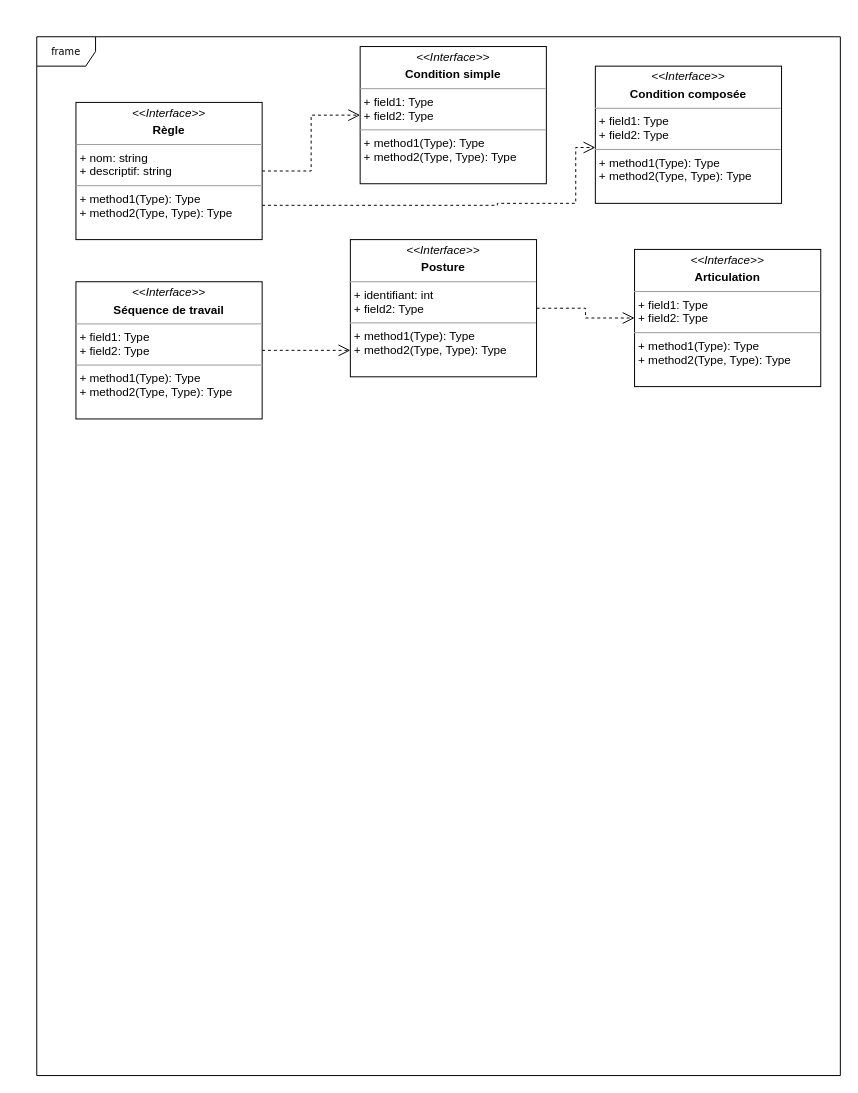
lajoll1/MINI_POO222 keeps this draw.io diagram as MiniPOO-Diagramme de classe.drawio. Above is the earlier version. Source tidied: cells renumbered, new cells numbered last; positions are measured from the earlier drawing's top-left corner, leaving out a move shared by most shapes. Both pictures are drawn from the tidied source at 98%, with x=0, y=0 at pixel (36, 36).
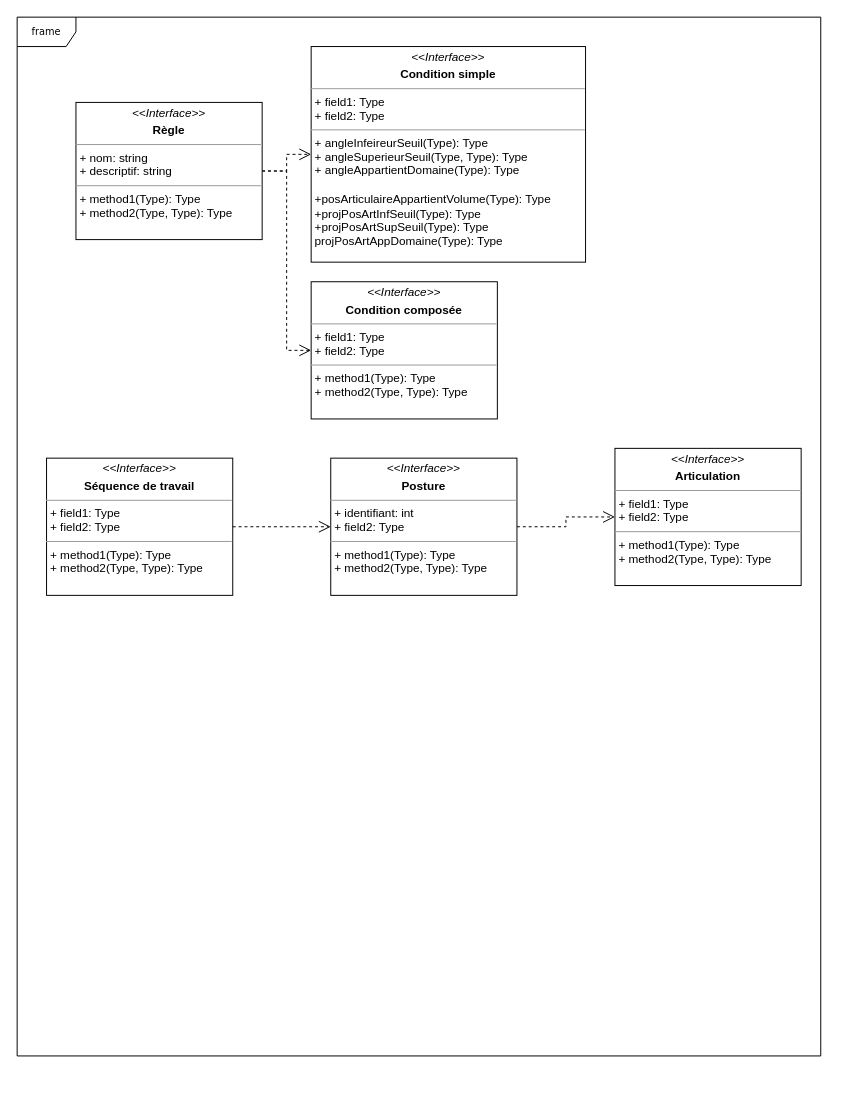
Above is the later version.

Commit message (it also covers changes not shown here):
Mettre à jour MiniPOO-Diagramme de classe.drawio

What changed in the source:
```diff
@@
 <mxGraphModel>
   <root>
     <mxCell id="0" />
     <mxCell id="1" parent="0" />
     <mxCell id="2" value="frame" style="shape=umlFrame;whiteSpace=wrap;html=1;rounded=0;shadow=0;comic=0;labelBackgroundColor=none;strokeWidth=1;fontFamily=Verdana;fontSize=10;align=center;" parent="1" vertex="1">
-      <mxGeometry width="820" height="1060" as="geometry" />
+      <mxGeometry x="-20" y="-20" width="820" height="1060" as="geometry" />
     </mxCell>
     <mxCell id="3" style="edgeStyle=orthogonalEdgeStyle;rounded=0;html=1;dashed=1;labelBackgroundColor=none;startFill=0;endArrow=open;endFill=0;endSize=10;fontFamily=Verdana;fontSize=10;entryX=0;entryY=0.5;entryDx=0;entryDy=0;" parent="1" edge="1" source="4" target="12">
       <mxGeometry relative="1" as="geometry" />
     </mxCell>
     <mxCell id="4" value="&lt;p style=&quot;margin:0px;margin-top:4px;text-align:center;&quot;&gt;&lt;i&gt;&amp;lt;&amp;lt;Interface&amp;gt;&amp;gt;&lt;/i&gt;&lt;b&gt;&lt;br&gt;&lt;/b&gt;&lt;/p&gt;&lt;p style=&quot;margin:0px;margin-top:4px;text-align:center;&quot;&gt;&lt;b&gt;Posture&lt;/b&gt;&lt;br&gt;&lt;/p&gt;&lt;hr size=&quot;1&quot;&gt;&lt;p style=&quot;margin:0px;margin-left:4px;&quot;&gt;+ identifiant: int&lt;br&gt;+ field2: Type&lt;/p&gt;&lt;hr size=&quot;1&quot;&gt;&lt;p style=&quot;margin:0px;margin-left:4px;&quot;&gt;+ method1(Type): Type&lt;br&gt;+ method2(Type, Type): Type&lt;/p&gt;" style="verticalAlign=top;align=left;overflow=fill;fontSize=12;fontFamily=Helvetica;html=1;rounded=0;shadow=0;comic=0;labelBackgroundColor=none;strokeWidth=1;" parent="1" vertex="1">
-      <mxGeometry x="320" y="207" width="190" height="140" as="geometry" />
+      <mxGeometry x="300" y="430" width="190" height="140" as="geometry" />
     </mxCell>
     <mxCell id="5" style="edgeStyle=orthogonalEdgeStyle;rounded=0;html=1;labelBackgroundColor=none;startFill=0;endArrow=open;endFill=0;endSize=10;fontFamily=Verdana;fontSize=10;dashed=1;entryX=0;entryY=0.5;entryDx=0;entryDy=0;" parent="1" edge="1" source="7" target="10">
       <mxGeometry relative="1" as="geometry" />
     </mxCell>
-    <mxCell id="6" style="edgeStyle=orthogonalEdgeStyle;rounded=0;html=1;exitX=1;exitY=0.75;dashed=1;labelBackgroundColor=none;startFill=0;endArrow=open;endFill=0;endSize=10;fontFamily=Verdana;fontSize=10;entryX=0;entryY=0.593;entryDx=0;entryDy=0;entryPerimeter=0;" parent="1" edge="1" source="7" target="11">
-      <mxGeometry relative="1" as="geometry">
-        <Array as="points">
-          <mxPoint x="470" y="172" />
-          <mxPoint x="470" y="170" />
-          <mxPoint x="550" y="170" />
-          <mxPoint x="550" y="113" />
-        </Array>
-      </mxGeometry>
-    </mxCell>
     <mxCell id="7" value="&lt;p style=&quot;margin:0px;margin-top:4px;text-align:center;&quot;&gt;&lt;i&gt;&amp;lt;&amp;lt;Interface&amp;gt;&amp;gt;&lt;/i&gt;&lt;b&gt;&lt;br&gt;&lt;/b&gt;&lt;/p&gt;&lt;p style=&quot;margin:0px;margin-top:4px;text-align:center;&quot;&gt;&lt;b&gt;Règle&lt;/b&gt;&lt;br&gt;&lt;/p&gt;&lt;hr size=&quot;1&quot;&gt;&lt;p style=&quot;margin:0px;margin-left:4px;&quot;&gt;+ nom: string&lt;br&gt;+ descriptif: string&lt;/p&gt;&lt;hr size=&quot;1&quot;&gt;&lt;p style=&quot;margin:0px;margin-left:4px;&quot;&gt;+ method1(Type): Type&lt;br&gt;+ method2(Type, Type): Type&lt;/p&gt;" style="verticalAlign=top;align=left;overflow=fill;fontSize=12;fontFamily=Helvetica;html=1;rounded=0;shadow=0;comic=0;labelBackgroundColor=none;strokeWidth=1;" parent="1" vertex="1">
       <mxGeometry x="40" y="67" width="190" height="140" as="geometry" />
     </mxCell>
-    <mxCell id="8" style="edgeStyle=orthogonalEdgeStyle;rounded=0;html=1;dashed=1;labelBackgroundColor=none;startFill=0;endArrow=open;endFill=0;endSize=10;fontFamily=Verdana;fontSize=10;" parent="1" edge="1" source="9" target="4">
-      <mxGeometry relative="1" as="geometry">
-        <Array as="points">
-          <mxPoint x="350" y="320" />
-          <mxPoint x="350" y="280" />
-        </Array>
-      </mxGeometry>
-    </mxCell>
     <mxCell id="9" value="&lt;p style=&quot;margin:0px;margin-top:4px;text-align:center;&quot;&gt;&lt;i&gt;&amp;lt;&amp;lt;Interface&amp;gt;&amp;gt;&lt;/i&gt;&lt;/p&gt;&lt;p style=&quot;margin:0px;margin-top:4px;text-align:center;&quot;&gt;&lt;b&gt;Séquence de travail&lt;/b&gt;&lt;br&gt;&lt;/p&gt;&lt;hr size=&quot;1&quot;&gt;&lt;p style=&quot;margin:0px;margin-left:4px;&quot;&gt;+ field1: Type&lt;br&gt;+ field2: Type&lt;/p&gt;&lt;hr size=&quot;1&quot;&gt;&lt;p style=&quot;margin:0px;margin-left:4px;&quot;&gt;+ method1(Type): Type&lt;br&gt;+ method2(Type, Type): Type&lt;/p&gt;" style="verticalAlign=top;align=left;overflow=fill;fontSize=12;fontFamily=Helvetica;html=1;rounded=0;shadow=0;comic=0;labelBackgroundColor=none;strokeWidth=1;" parent="1" vertex="1">
-      <mxGeometry x="40" y="250" width="190" height="140" as="geometry" />
+      <mxGeometry x="10" y="430" width="190" height="140" as="geometry" />
     </mxCell>
-    <mxCell id="10" value="&lt;p style=&quot;margin:0px;margin-top:4px;text-align:center;&quot;&gt;&lt;i&gt;&amp;lt;&amp;lt;Interface&amp;gt;&amp;gt;&lt;/i&gt;&lt;b&gt;&lt;br&gt;&lt;/b&gt;&lt;/p&gt;&lt;p style=&quot;margin:0px;margin-top:4px;text-align:center;&quot;&gt;&lt;b&gt;Condition simple&lt;/b&gt;&lt;br&gt;&lt;/p&gt;&lt;hr size=&quot;1&quot;&gt;&lt;p style=&quot;margin:0px;margin-left:4px;&quot;&gt;+ field1: Type&lt;br&gt;+ field2: Type&lt;/p&gt;&lt;hr size=&quot;1&quot;&gt;&lt;p style=&quot;margin:0px;margin-left:4px;&quot;&gt;+ method1(Type): Type&lt;br&gt;+ method2(Type, Type): Type&lt;/p&gt;" style="verticalAlign=top;align=left;overflow=fill;fontSize=12;fontFamily=Helvetica;html=1;rounded=0;shadow=0;comic=0;labelBackgroundColor=none;strokeWidth=1;" parent="1" vertex="1">
-      <mxGeometry x="330" y="10" width="190" height="140" as="geometry" />
+    <mxCell id="10" value="&lt;p style=&quot;margin:0px;margin-top:4px;text-align:center;&quot;&gt;&lt;i&gt;&amp;lt;&amp;lt;Interface&amp;gt;&amp;gt;&lt;/i&gt;&lt;b&gt;&lt;br&gt;&lt;/b&gt;&lt;/p&gt;&lt;p style=&quot;margin:0px;margin-top:4px;text-align:center;&quot;&gt;&lt;b&gt;Condition simple&lt;/b&gt;&lt;br&gt;&lt;/p&gt;&lt;hr size=&quot;1&quot;&gt;&lt;p style=&quot;margin:0px;margin-left:4px;&quot;&gt;+ field1: Type&lt;br&gt;+ field2: Type&lt;/p&gt;&lt;hr size=&quot;1&quot;&gt;&lt;p style=&quot;margin:0px;margin-left:4px;&quot;&gt;+ angleInfeireurSeuil(Type): Type&lt;br&gt;+ angleSuperieurSeuil(Type, Type): Type&lt;/p&gt;&lt;p style=&quot;margin:0px;margin-left:4px;&quot;&gt;+ angleAppartientDomaine(Type): Type&lt;/p&gt;&lt;p style=&quot;margin:0px;margin-left:4px;&quot;&gt;&lt;br&gt;&lt;/p&gt;&lt;p style=&quot;margin:0px;margin-left:4px;&quot;&gt;+posArticulaireAppartientVolume(Type): Type&lt;/p&gt;&lt;p style=&quot;margin:0px;margin-left:4px;&quot;&gt;+projPosArtInfSeuil(Type): Type&lt;/p&gt;&lt;p style=&quot;margin:0px;margin-left:4px;&quot;&gt;+projPosArtSupSeuil(Type): Type&lt;br&gt;&lt;/p&gt;&lt;p style=&quot;margin:0px;margin-left:4px;&quot;&gt;projPosArtAppDomaine(Type): Type&lt;br&gt;&lt;/p&gt;" style="verticalAlign=top;align=left;overflow=fill;fontSize=12;fontFamily=Helvetica;html=1;rounded=0;shadow=0;comic=0;labelBackgroundColor=none;strokeWidth=1;" parent="1" vertex="1">
+      <mxGeometry x="280" y="10" width="280" height="220" as="geometry" />
     </mxCell>
     <mxCell id="11" value="&lt;p style=&quot;margin:0px;margin-top:4px;text-align:center;&quot;&gt;&lt;i&gt;&amp;lt;&amp;lt;Interface&amp;gt;&amp;gt;&lt;/i&gt;&lt;b&gt;&lt;br&gt;&lt;/b&gt;&lt;/p&gt;&lt;p style=&quot;margin:0px;margin-top:4px;text-align:center;&quot;&gt;&lt;b&gt;Condition composée&lt;/b&gt;&lt;br&gt;&lt;/p&gt;&lt;hr size=&quot;1&quot;&gt;&lt;p style=&quot;margin:0px;margin-left:4px;&quot;&gt;+ field1: Type&lt;br&gt;+ field2: Type&lt;/p&gt;&lt;hr size=&quot;1&quot;&gt;&lt;p style=&quot;margin:0px;margin-left:4px;&quot;&gt;+ method1(Type): Type&lt;br&gt;+ method2(Type, Type): Type&lt;/p&gt;" style="verticalAlign=top;align=left;overflow=fill;fontSize=12;fontFamily=Helvetica;html=1;rounded=0;shadow=0;comic=0;labelBackgroundColor=none;strokeWidth=1;" parent="1" vertex="1">
-      <mxGeometry x="570" y="30" width="190" height="140" as="geometry" />
+      <mxGeometry x="280" y="250" width="190" height="140" as="geometry" />
     </mxCell>
     <mxCell id="12" value="&lt;p style=&quot;margin:0px;margin-top:4px;text-align:center;&quot;&gt;&lt;i&gt;&amp;lt;&amp;lt;Interface&amp;gt;&amp;gt;&lt;/i&gt;&lt;b&gt;&lt;br&gt;&lt;/b&gt;&lt;/p&gt;&lt;p style=&quot;margin:0px;margin-top:4px;text-align:center;&quot;&gt;&lt;b&gt;Articulation&lt;/b&gt;&lt;br&gt;&lt;/p&gt;&lt;hr size=&quot;1&quot;&gt;&lt;p style=&quot;margin:0px;margin-left:4px;&quot;&gt;+ field1: Type&lt;br&gt;+ field2: Type&lt;/p&gt;&lt;hr size=&quot;1&quot;&gt;&lt;p style=&quot;margin:0px;margin-left:4px;&quot;&gt;+ method1(Type): Type&lt;br&gt;+ method2(Type, Type): Type&lt;/p&gt;" style="verticalAlign=top;align=left;overflow=fill;fontSize=12;fontFamily=Helvetica;html=1;rounded=0;shadow=0;comic=0;labelBackgroundColor=none;strokeWidth=1;" parent="1" vertex="1">
-      <mxGeometry x="610" y="217" width="190" height="140" as="geometry" />
+      <mxGeometry x="590" y="420" width="190" height="140" as="geometry" />
     </mxCell>
+    <mxCell id="6" style="edgeStyle=orthogonalEdgeStyle;rounded=0;html=1;labelBackgroundColor=none;startFill=0;endArrow=open;endFill=0;endSize=10;fontFamily=Verdana;fontSize=10;dashed=1;entryX=0;entryY=0.5;entryDx=0;entryDy=0;exitX=1;exitY=0.5;exitDx=0;exitDy=0;" parent="1" edge="1" source="7" target="11">
+      <mxGeometry relative="1" as="geometry" />
+    </mxCell>
+    <mxCell id="8" style="edgeStyle=orthogonalEdgeStyle;rounded=0;html=1;dashed=1;labelBackgroundColor=none;startFill=0;endArrow=open;endFill=0;endSize=10;fontFamily=Verdana;fontSize=10;exitX=1;exitY=0.5;exitDx=0;exitDy=0;" parent="1" edge="1" source="9" target="4">
+      <mxGeometry relative="1" as="geometry" />
+    </mxCell>
   </root>
 </mxGraphModel>
```
